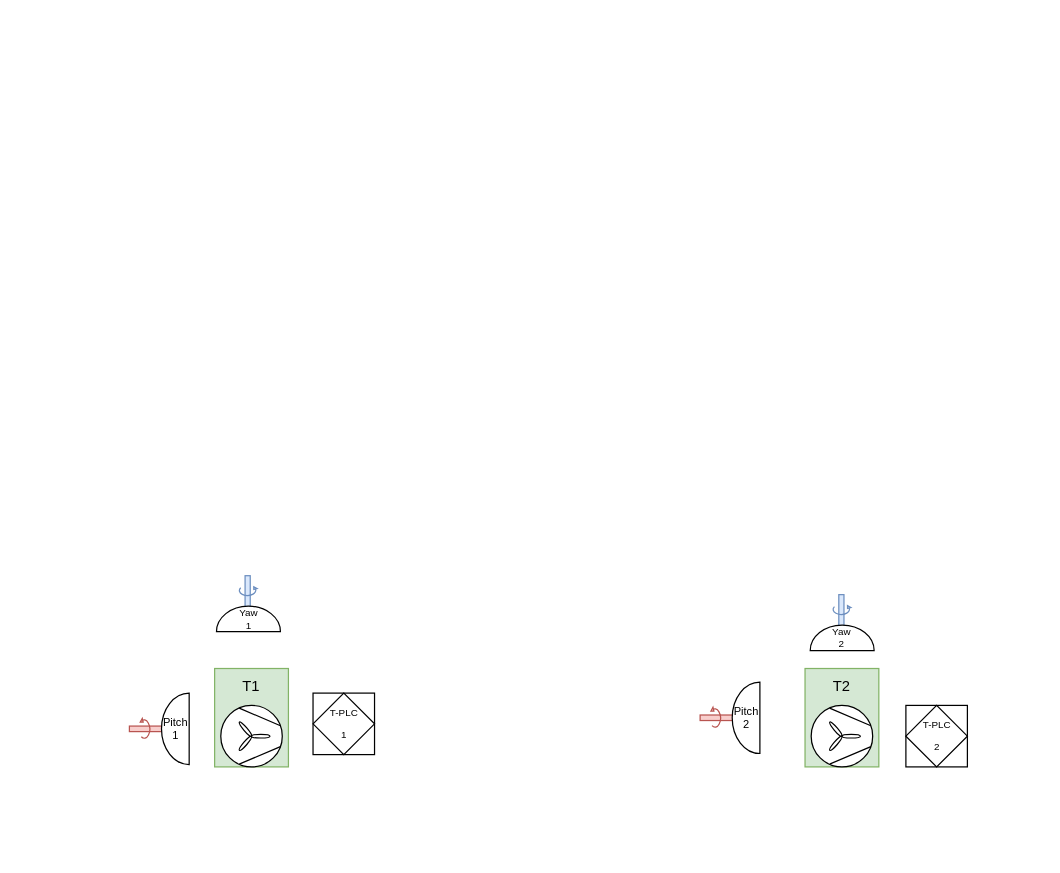
Earlier version of the draw.io diagram Untitled Diagram.drawio (lebonite/Grupp1_VindPark). Source tidied: cells renumbered, new cells numbered last; positions are measured from the earlier drawing's top-left corner, leaving out a move shared by most shapes. Both pictures are drawn from the tidied source at 123%, with x=0, y=0 at pixel (118, 30).
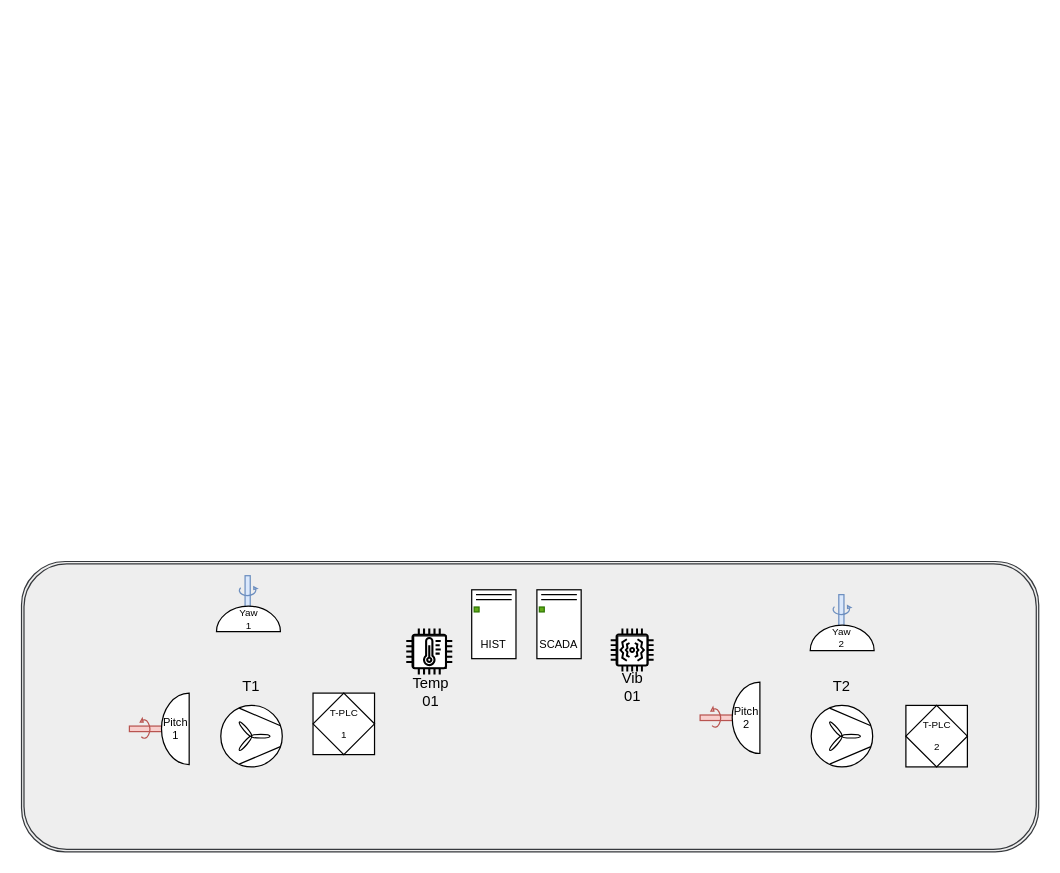
Above is the later version.

Change to the diagram source:
```diff
@@
+    <mxCell id="35" style="shape=ext;double=1;rounded=1;whiteSpace=wrap;html=1;fillColor=#eeeeee;strokeColor=#36393d;" parent="1" vertex="1">
+      <mxGeometry x="-79" y="432" width="827" height="236" as="geometry" />
+    </mxCell>
@@
-    <mxCell id="3" style="group;fillColor=#d5e8d4;strokeColor=#82b366;" parent="1" vertex="1">
+    <mxCell id="3" style="group;" parent="1" vertex="1">
       <mxGeometry x="78" y="519" width="60" height="80" as="geometry" />
     </mxCell>
@@
-    <mxCell id="6" style="group;fillColor=#d5e8d4;strokeColor=#82b366;" parent="1" vertex="1">
+    <mxCell id="6" style="group;" parent="1" vertex="1">
       <mxGeometry x="558" y="519" width="60" height="80" as="geometry" />
     </mxCell>
@@
+    <mxCell id="36" style="group;" parent="1" vertex="1">
+      <mxGeometry x="328" y="455" width="60" height="60" as="geometry" />
+    </mxCell>
+    <mxCell id="37" style="rounded=0;whiteSpace=wrap;html=1;rotation=90;" parent="36" vertex="1">
+      <mxGeometry x="2" y="10" width="56" height="36" as="geometry" />
+    </mxCell>
+    <mxCell id="38" value="SCADA" style="text;html=1;align=center;verticalAlign=middle;whiteSpace=wrap;rounded=0;fontSize=9;" parent="36" vertex="1">
+      <mxGeometry y="30" width="60" height="30" as="geometry" />
+    </mxCell>
+    <mxCell id="39" style="shape=link;html=1;rounded=0;" parent="36" edge="1">
+      <mxGeometry relative="1" as="geometry">
+        <mxPoint x="15.5" y="6" as="sourcePoint" />
+        <mxPoint x="44.5" y="6" as="targetPoint" />
+      </mxGeometry>
+    </mxCell>
+    <mxCell id="40" style="whiteSpace=wrap;html=1;fillColor=#60a917;fontColor=#ffffff;strokeColor=#2D7600;" parent="36" vertex="1">
+      <mxGeometry x="14" y="14" width="4" height="4" as="geometry" />
+    </mxCell>
+    <mxCell id="41" style="group;" parent="1" vertex="1">
+      <mxGeometry x="275" y="455" width="60" height="60" as="geometry" />
+    </mxCell>
+    <mxCell id="42" style="rounded=0;whiteSpace=wrap;html=1;rotation=90;" parent="41" vertex="1">
+      <mxGeometry x="2" y="10" width="56" height="36" as="geometry" />
+    </mxCell>
+    <mxCell id="43" value="HIST" style="text;html=1;align=center;verticalAlign=middle;whiteSpace=wrap;rounded=0;fontSize=9;" parent="41" vertex="1">
+      <mxGeometry y="30" width="60" height="30" as="geometry" />
+    </mxCell>
+    <mxCell id="44" style="shape=link;html=1;rounded=0;" parent="41" edge="1">
+      <mxGeometry relative="1" as="geometry">
+        <mxPoint x="15.5" y="6" as="sourcePoint" />
+        <mxPoint x="44.5" y="6" as="targetPoint" />
+      </mxGeometry>
+    </mxCell>
+    <mxCell id="45" style="whiteSpace=wrap;html=1;fillColor=#60a917;fontColor=#ffffff;strokeColor=#2D7600;" parent="41" vertex="1">
+      <mxGeometry x="14" y="14" width="4" height="4" as="geometry" />
+    </mxCell>
+    <mxCell id="46" style="group;" parent="1" vertex="1">
+      <mxGeometry x="224" y="486.5" width="60" height="66" as="geometry" />
+    </mxCell>
+    <mxCell id="47" style="group;" parent="46" vertex="1">
+      <mxGeometry x="9.8" width="40.5" height="40.5" as="geometry" />
+    </mxCell>
+    <mxCell id="48" style="whiteSpace=wrap;html=1;" parent="47" vertex="1">
+      <mxGeometry x="6" y="6" width="26.4" height="26.4" as="geometry" />
+    </mxCell>
+    <mxCell id="49" style="sketch=0;fontColor=#232F3E;gradientColor=none;fillColor=#000000;strokeColor=none;dashed=0;verticalLabelPosition=bottom;verticalAlign=top;align=center;html=1;fontSize=12;fontStyle=0;shape=mxgraph.aws4.iot_thing_temperature_sensor;" parent="47" vertex="1">
+      <mxGeometry width="37.4" height="37.4" as="geometry" />
+    </mxCell>
+    <mxCell id="50" value="&lt;div&gt;Temp&lt;/div&gt;&lt;div&gt;01&lt;br&gt;&lt;/div&gt;" style="text;html=1;align=center;verticalAlign=middle;whiteSpace=wrap;rounded=0;" parent="46" vertex="1">
+      <mxGeometry y="36" width="60" height="30" as="geometry" />
+    </mxCell>
+    <mxCell id="51" style="group;" parent="1" vertex="1">
+      <mxGeometry x="388" y="486.5" width="60" height="62.5" as="geometry" />
+    </mxCell>
+    <mxCell id="52" style="group;" parent="51" vertex="1">
+      <mxGeometry x="12" width="36" height="37.9" as="geometry" />
+    </mxCell>
+    <mxCell id="53" style="whiteSpace=wrap;html=1;" parent="52" vertex="1">
+      <mxGeometry x="5.7" y="6" width="23.9" height="23.9" as="geometry" />
+    </mxCell>
+    <mxCell id="54" style="sketch=0;fillColor=#000000;strokeColor=#36393d;dashed=0;verticalLabelPosition=bottom;verticalAlign=top;align=center;html=1;fontSize=12;fontStyle=0;shape=mxgraph.aws4.iot_thing_vibration_sensor;" parent="52" vertex="1">
+      <mxGeometry width="34.9" height="34.9" as="geometry" />
+    </mxCell>
+    <mxCell id="55" value="&lt;div&gt;Vib&lt;/div&gt;&lt;div&gt;01&lt;br&gt;&lt;/div&gt;" style="text;html=1;align=center;verticalAlign=middle;whiteSpace=wrap;rounded=0;" parent="51" vertex="1">
+      <mxGeometry y="32.5" width="60" height="30" as="geometry" />
+    </mxCell>
```
